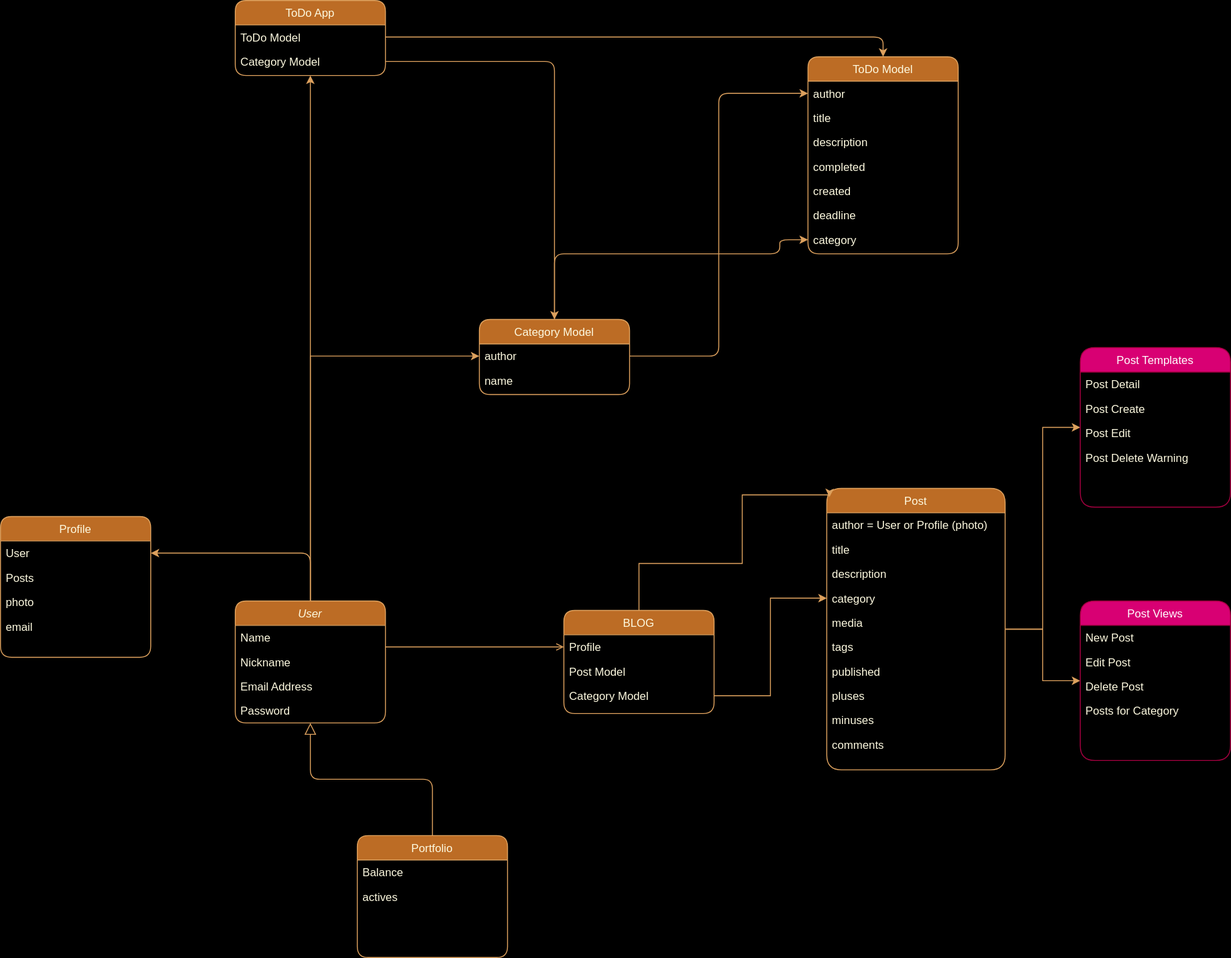
Above: KTP/KTP_Blog.drawio.svg in NikolaiNikitenok/KnowThePrice (draw.io), before the change. Source tidied: cells renumbered, new cells last; positions are measured from the earlier drawing's top-left corner, leaving out a move shared by most shapes.
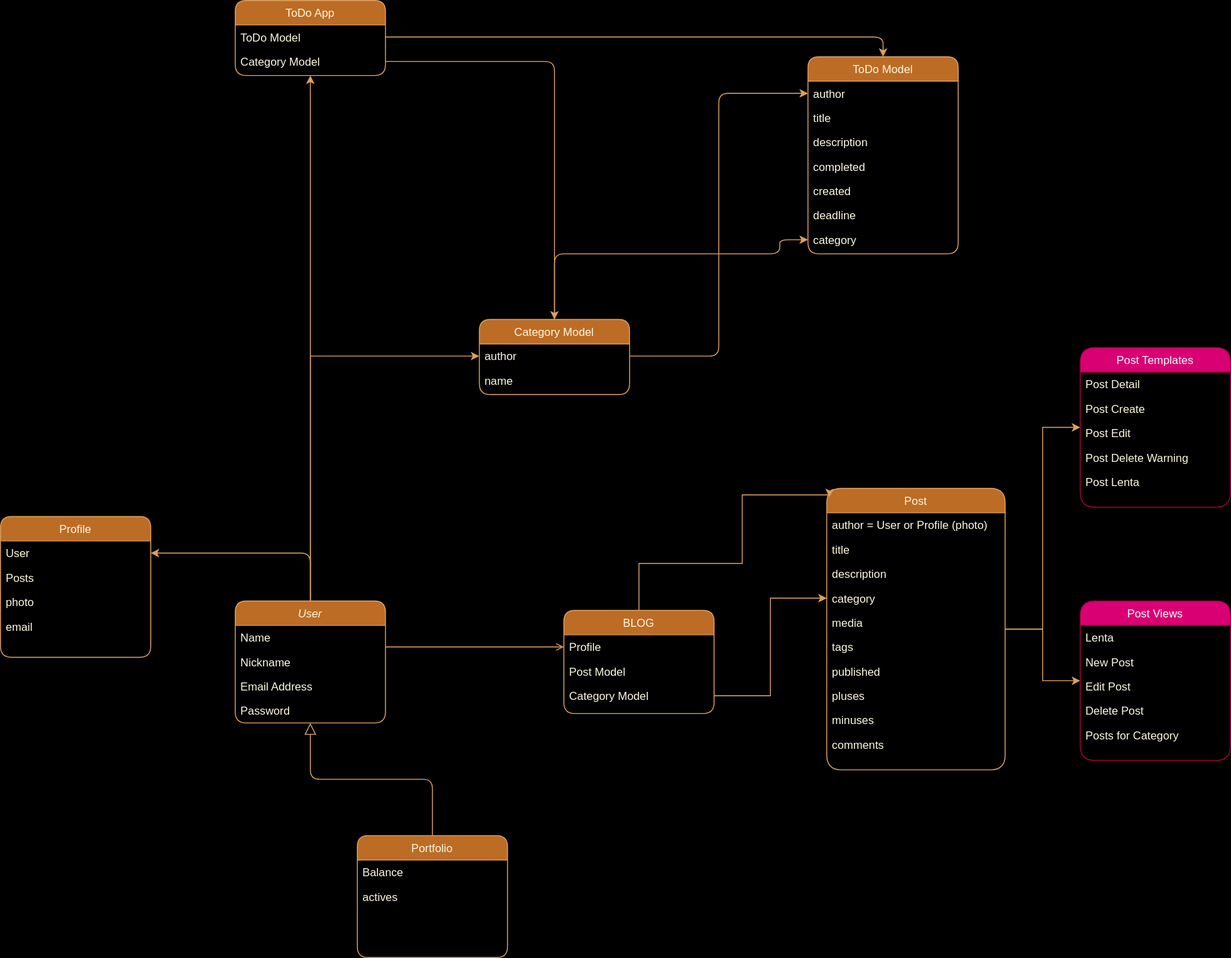
The same file after the commit.

Change to the diagram source:
```diff
@@ -180,17 +180,20 @@
     <mxCell id="56" value="Post Views" style="swimlane;fontStyle=0;align=center;verticalAlign=top;horizontal=1;startSize=26;rounded=1;shadow=0;strokeWidth=1;arcSize=20;labelBackgroundColor=none;fillColor=#d80073;strokeColor=#A50040;fontColor=#ffffff;glass=0;" parent="1" vertex="1">
       <mxGeometry x="1150" y="640" width="160" height="170" as="geometry" />
     </mxCell>
+    <mxCell id="67" value="Lenta" style="text;align=left;verticalAlign=top;spacingLeft=4;spacingRight=4;overflow=hidden;rounded=1;labelBackgroundColor=none;fontColor=#FEFAE0;" parent="56" vertex="1">
+      <mxGeometry y="26" width="160" height="26" as="geometry" />
+    </mxCell>
     <mxCell id="57" value="New Post" style="text;align=left;verticalAlign=top;spacingLeft=4;spacingRight=4;overflow=hidden;rounded=1;labelBackgroundColor=none;fontColor=#FEFAE0;" parent="56" vertex="1">
-      <mxGeometry y="26" width="160" height="26" as="geometry" />
+      <mxGeometry y="52" width="160" height="26" as="geometry" />
     </mxCell>
     <mxCell id="58" value="Edit Post" style="text;align=left;verticalAlign=top;spacingLeft=4;spacingRight=4;overflow=hidden;rounded=1;labelBackgroundColor=none;fontColor=#FEFAE0;" parent="56" vertex="1">
-      <mxGeometry y="52" width="160" height="26" as="geometry" />
+      <mxGeometry y="78" width="160" height="26" as="geometry" />
     </mxCell>
     <mxCell id="59" value="Delete Post" style="text;align=left;verticalAlign=top;spacingLeft=4;spacingRight=4;overflow=hidden;rounded=1;labelBackgroundColor=none;fontColor=#FEFAE0;" parent="56" vertex="1">
-      <mxGeometry y="78" width="160" height="26" as="geometry" />
+      <mxGeometry y="104" width="160" height="26" as="geometry" />
     </mxCell>
     <mxCell id="60" value="Posts for Category" style="text;align=left;verticalAlign=top;spacingLeft=4;spacingRight=4;overflow=hidden;rounded=1;labelBackgroundColor=none;fontColor=#FEFAE0;" parent="56" vertex="1">
-      <mxGeometry y="104" width="160" height="26" as="geometry" />
+      <mxGeometry y="130" width="160" height="26" as="geometry" />
     </mxCell>
     <mxCell id="61" style="edgeStyle=orthogonalEdgeStyle;rounded=0;jettySize=auto;html=1;entryX=0;entryY=0.5;entryDx=0;entryDy=0;strokeColor=#DDA15E;fontColor=#FEFAE0;fillColor=#BC6C25;" parent="1" edge="1" source="17" target="25">
       <mxGeometry relative="1" as="geometry" />
@@ -210,5 +213,8 @@
     <mxCell id="66" value="Post Delete Warning" style="text;align=left;verticalAlign=top;spacingLeft=4;spacingRight=4;overflow=hidden;rounded=1;labelBackgroundColor=none;fontColor=#FEFAE0;" parent="62" vertex="1">
       <mxGeometry y="104" width="160" height="26" as="geometry" />
     </mxCell>
+    <mxCell id="68" value="Post Lenta" style="text;align=left;verticalAlign=top;spacingLeft=4;spacingRight=4;overflow=hidden;rounded=1;labelBackgroundColor=none;fontColor=#FEFAE0;" parent="62" vertex="1">
+      <mxGeometry y="130" width="160" height="26" as="geometry" />
+    </mxCell>
   </root>
 </mxGraphModel>
```
